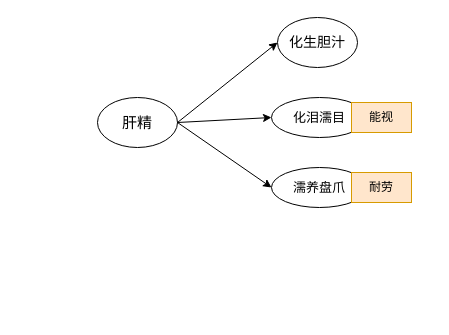
This is 医门推敲叁/中医藏象学说/藏象学说之肝/肝精、精气/001肝气.drawio from 328507133/chart, a draw.io file, before an edit. Source tidied: cells renumbered, new cells numbered last; positions are measured from the earlier drawing's top-left corner, leaving out a move shared by most shapes. Both pictures are drawn from the tidied source at 100%, with x=0, y=0 at pixel (97, 17).
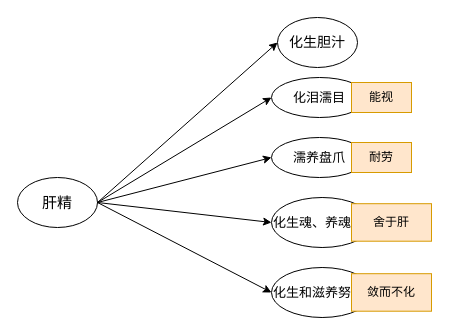
The same page after the edit.

The edit, as a diff of the source:
```diff
@@
     <mxCell id="2" value="肝精" style="ellipse;whiteSpace=wrap;html=1;fontSize=15;" parent="1" vertex="1">
-      <mxGeometry y="80" width="80" height="50" as="geometry" />
+      <mxGeometry x="-80" y="160" width="80" height="50" as="geometry" />
     </mxCell>
@@
     <mxCell id="4" style="group;" parent="1" vertex="1">
-      <mxGeometry x="194" y="80" width="120" height="40" as="geometry" />
+      <mxGeometry x="194" y="60" width="120" height="40" as="geometry" />
     </mxCell>
@@
     <mxCell id="8" style="group;" parent="1" vertex="1">
-      <mxGeometry x="194" y="150" width="120" height="40" as="geometry" />
+      <mxGeometry x="194" y="120" width="120" height="40" as="geometry" />
     </mxCell>
@@
+    <mxCell id="15" style="group;" parent="1" vertex="1">
+      <mxGeometry x="174" y="180" width="160" height="50" as="geometry" />
+    </mxCell>
+    <mxCell id="16" value="化生魂、养魂" style="ellipse;whiteSpace=wrap;html=1;fontSize=13;align=left;" parent="15" vertex="1">
+      <mxGeometry width="101.3" height="50" as="geometry" />
+    </mxCell>
+    <mxCell id="17" style="endArrow=classic;html=1;rounded=0;exitX=1;exitY=0.5;exitDx=0;exitDy=0;" parent="15" edge="1" source="16" target="18">
+      <mxGeometry relative="1" as="geometry" />
+    </mxCell>
+    <mxCell id="18" value="舍于肝" style="text;html=1;strokeColor=#d79b00;fillColor=#ffe6cc;align=center;verticalAlign=middle;whiteSpace=wrap;rounded=0;" parent="15" vertex="1">
+      <mxGeometry x="80" y="6.2" width="80" height="37.5" as="geometry" />
+    </mxCell>
+    <mxCell id="19" style="group;" parent="1" vertex="1">
+      <mxGeometry x="174" y="250" width="160" height="50" as="geometry" />
+    </mxCell>
+    <mxCell id="20" value="化生和滋养努" style="ellipse;whiteSpace=wrap;html=1;fontSize=13;align=left;" parent="19" vertex="1">
+      <mxGeometry width="101.3" height="50" as="geometry" />
+    </mxCell>
+    <mxCell id="21" style="endArrow=classic;html=1;rounded=0;exitX=1;exitY=0.5;exitDx=0;exitDy=0;" parent="19" edge="1" source="20" target="22">
+      <mxGeometry relative="1" as="geometry" />
+    </mxCell>
+    <mxCell id="22" value="敛而不化" style="text;html=1;strokeColor=#d79b00;fillColor=#ffe6cc;align=center;verticalAlign=middle;whiteSpace=wrap;rounded=0;" parent="19" vertex="1">
+      <mxGeometry x="80" y="6.2" width="80" height="37.5" as="geometry" />
+    </mxCell>
+    <mxCell id="23" style="endArrow=classic;html=1;rounded=0;entryX=0;entryY=0.5;entryDx=0;entryDy=0;exitX=1;exitY=0.5;exitDx=0;exitDy=0;" parent="1" edge="1" source="2" target="20">
+      <mxGeometry relative="1" as="geometry" />
+    </mxCell>
+    <mxCell id="24" style="endArrow=classic;html=1;rounded=0;entryX=0;entryY=0.5;entryDx=0;entryDy=0;exitX=1;exitY=0.5;exitDx=0;exitDy=0;" parent="1" edge="1" source="2" target="16">
+      <mxGeometry relative="1" as="geometry" />
+    </mxCell>
```
